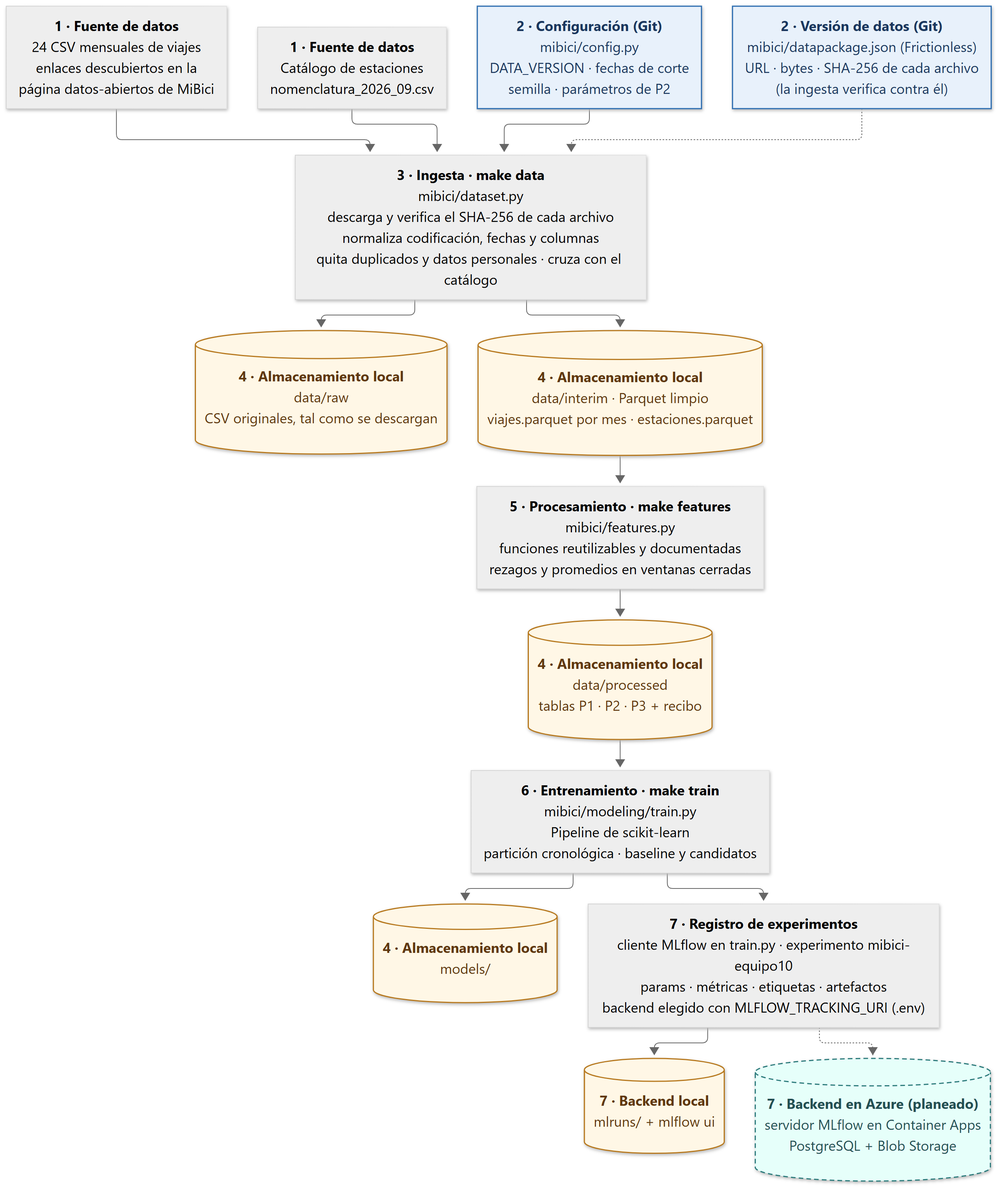
WillSagzz/TC5061-Proyecto-Equipo10 keeps this Mermaid diagram as references/arquitectura.png. Above is the earlier version. Its source is kept beside it as references/arquitectura.mmd.
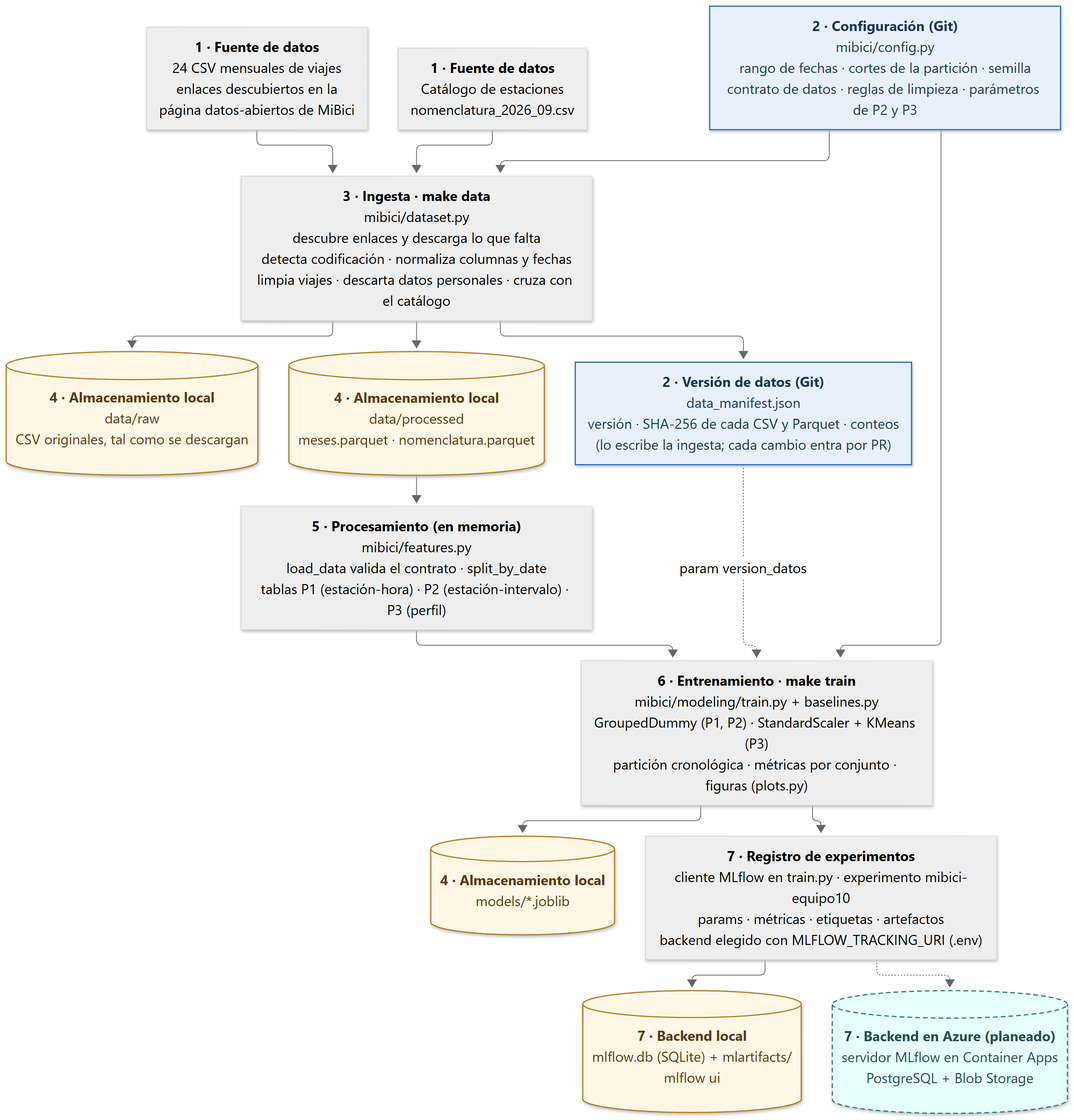
The same diagram one commit later.

The edit, as a diff of the source:
```diff
@@ -2,31 +2,32 @@
 
   CSV["<b>1 · Fuente de datos</b><br/>24 CSV mensuales de viajes<br/>enlaces descubiertos en la<br/>página datos-abiertos de MiBici"]
   NOM["<b>1 · Fuente de datos</b><br/>Catálogo de estaciones<br/>nomenclatura_2026_09.csv"]
-  CFG["<b>2 · Configuración (Git)</b><br/>mibici/config.py<br/>DATA_VERSION · fechas de corte<br/>semilla · parámetros de P2"]
-  MAN["<b>2 · Versión de datos (Git)</b><br/>mibici/datapackage.json (Frictionless)<br/>URL · bytes · SHA-256 de cada archivo<br/>(la ingesta verifica contra él)"]
+  CFG["<b>2 · Configuración (Git)</b><br/>mibici/config.py<br/>rango de fechas · cortes de la partición · semilla<br/>contrato de datos · reglas de limpieza · parámetros de P2 y P3"]
+  MAN["<b>2 · Versión de datos (Git)</b><br/>data_manifest.json<br/>versión · SHA-256 de cada CSV y Parquet · conteos<br/>(lo escribe la ingesta; cada cambio entra por PR)"]
 
-  INGEST["<b>3 · Ingesta · make data</b><br/>mibici/dataset.py<br/>descarga y verifica el SHA-256 de cada archivo<br/>normaliza codificación, fechas y columnas<br/>quita duplicados y datos personales · cruza con el catálogo"]
+  INGEST["<b>3 · Ingesta · make data</b><br/>mibici/dataset.py<br/>descubre enlaces y descarga lo que falta<br/>detecta codificación · normaliza columnas y fechas<br/>limpia viajes · descarta datos personales · cruza con el catálogo"]
 
   RAW[("<b>4 · Almacenamiento local</b><br/>data/raw<br/>CSV originales, tal como se descargan")]
-  INTERIM[("<b>4 · Almacenamiento local</b><br/>data/interim · Parquet limpio<br/>viajes.parquet por mes · estaciones.parquet")]
+  PROC[("<b>4 · Almacenamiento local</b><br/>data/processed<br/>meses.parquet · nomenclatura.parquet")]
 
-  FEAT["<b>5 · Procesamiento · make features</b><br/>mibici/features.py<br/>funciones reutilizables y documentadas<br/>rezagos y promedios en ventanas cerradas"]
-  PROC[("<b>4 · Almacenamiento local</b><br/>data/processed<br/>tablas P1 · P2 · P3 + recibo")]
+  FEAT["<b>5 · Procesamiento (en memoria)</b><br/>mibici/features.py<br/>load_data valida el contrato · split_by_date<br/>tablas P1 (estación-hora) · P2 (estación-intervalo) · P3 (perfil)"]
 
-  TRAIN["<b>6 · Entrenamiento · make train</b><br/>mibici/modeling/train.py<br/>Pipeline de scikit-learn<br/>partición cronológica · baseline y candidatos"]
-  MODELS[("<b>4 · Almacenamiento local</b><br/>models/")]
+  TRAIN["<b>6 · Entrenamiento · make train</b><br/>mibici/modeling/train.py + baselines.py<br/>GroupedDummy (P1, P2) · StandardScaler + KMeans (P3)<br/>partición cronológica · métricas por conjunto · figuras (plots.py)"]
+  MODELS[("<b>4 · Almacenamiento local</b><br/>models/*.joblib")]
 
   CLIENT["<b>7 · Registro de experimentos</b><br/>cliente MLflow en train.py · experimento mibici-equipo10<br/>params · métricas · etiquetas · artefactos<br/>backend elegido con MLFLOW_TRACKING_URI (.env)"]
-  LOCAL[("<b>7 · Backend local</b><br/>mlruns/ + mlflow ui")]
+  LOCAL[("<b>7 · Backend local</b><br/>mlflow.db (SQLite) + mlartifacts/<br/>mlflow ui")]
   AZURE[("<b>7 · Backend en Azure (planeado)</b><br/>servidor MLflow en Container Apps<br/>PostgreSQL + Blob Storage")]
 
   CSV --> INGEST
   NOM --> INGEST
   CFG --> INGEST
-  MAN -.-> INGEST
   INGEST --> RAW
-  INGEST --> INTERIM
-  INTERIM --> FEAT --> PROC --> TRAIN
+  INGEST --> PROC
+  INGEST --> MAN
+  PROC --> FEAT --> TRAIN
+  CFG --> TRAIN
+  MAN -. "param version_datos" .-> TRAIN
   TRAIN --> MODELS
   TRAIN --> CLIENT
   CLIENT --> LOCAL
@@ -36,5 +37,5 @@
   classDef local fill:#fff7e6,stroke:#b7791f,stroke-width:1.5px,color:#5f370e
   classDef cloud fill:#e6fffa,stroke:#2c7a7b,stroke-width:1.5px,color:#234e52,stroke-dasharray:6 4
   class CFG,MAN git
-  class RAW,INTERIM,PROC,MODELS,LOCAL local
+  class RAW,PROC,MODELS,LOCAL local
   class AZURE cloud
```
